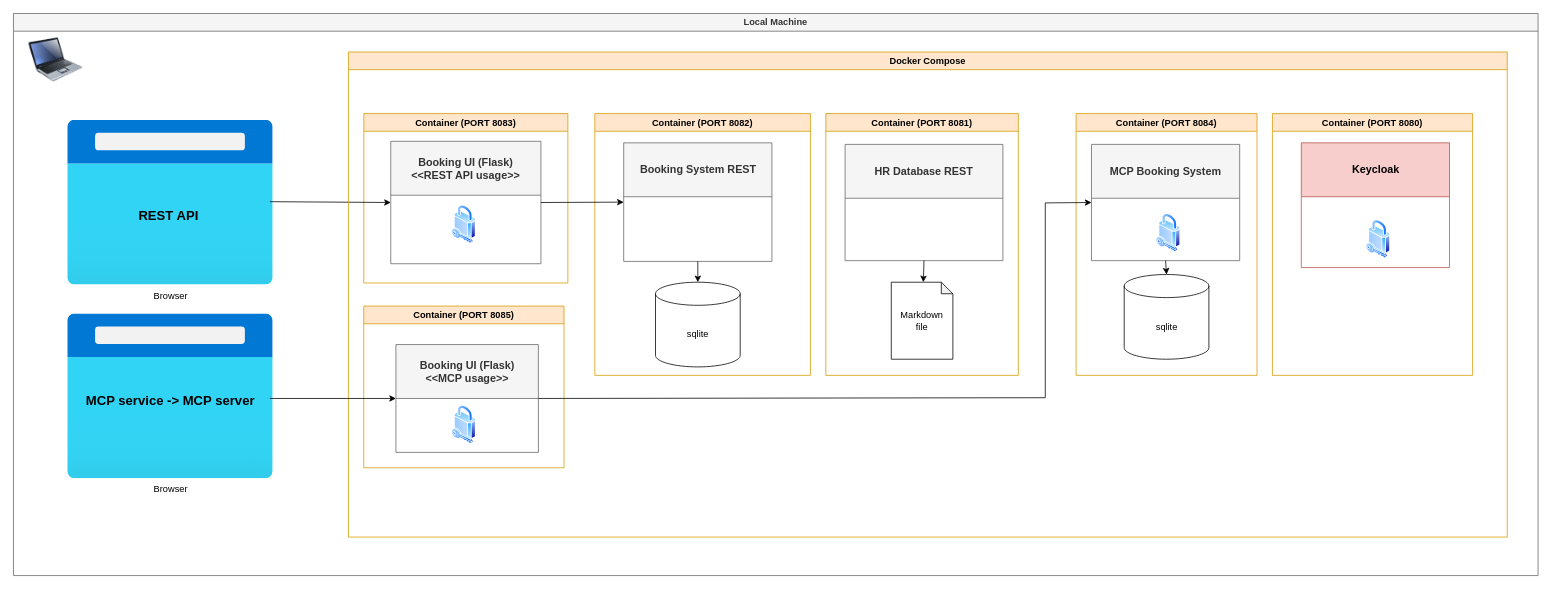
This is page "3-Booking-Applications-Docker-Compose" (3 of 5) of architecture/galaxim-travel-infrastructure.drawio from thomassuedbroecker/galaxium-travels-infrastructure-tsuedbro, a draw.io file, before an edit. Source tidied: cells renumbered, new cells numbered last; positions are measured from the earlier drawing's top-left corner, leaving out a move shared by most shapes. Both pictures are drawn from the tidied source at 77%, with x=0, y=0 at pixel (13, 13).
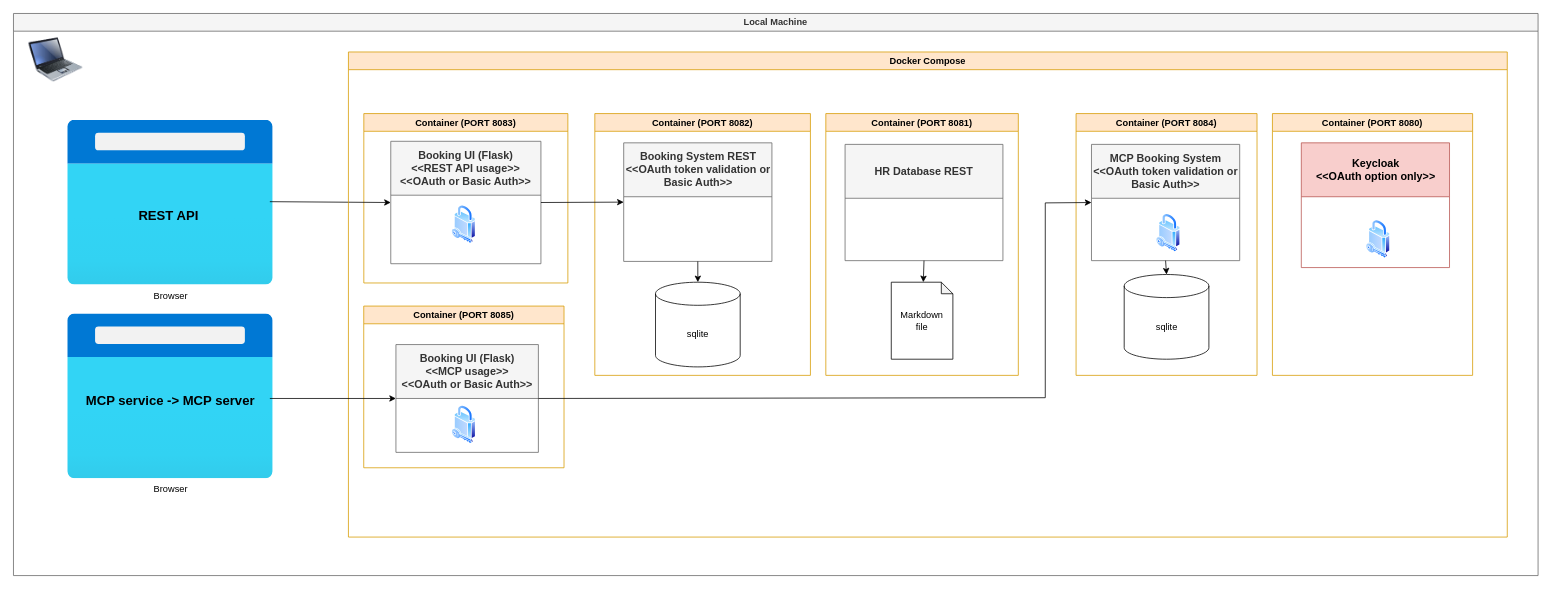
The same page after the edit.

Unchanged cells that the change refers to:
```xml
<mxCell id="2" value="Local Machine" style="swimlane;whiteSpace=wrap;html=1;fillColor=#f5f5f5;strokeColor=#666666;fontColor=#333333;" parent="1" vertex="1">
  <mxGeometry width="1980" height="730" as="geometry" />
</mxCell>
<mxCell id="6" value="Docker Compose" style="swimlane;whiteSpace=wrap;html=1;fillColor=#ffe6cc;strokeColor=#d79b00;" parent="2" vertex="1">
  <mxGeometry x="435" y="50" width="1505" height="630" as="geometry" />
</mxCell>
<mxCell id="8" value="Container (PORT 8080)" style="swimlane;whiteSpace=wrap;html=1;fillColor=#ffe6cc;strokeColor=#d79b00;" parent="6" vertex="1">
  <mxGeometry x="1200" y="80" width="260" height="340" as="geometry" />
</mxCell>
<mxCell id="11" value="Container (PORT 8085)" style="swimlane;whiteSpace=wrap;html=1;fillColor=#ffe6cc;strokeColor=#d79b00;" parent="6" vertex="1">
  <mxGeometry x="19.9" y="330" width="260.1" height="210" as="geometry" />
</mxCell>
<mxCell id="16" value="Container (PORT 8082)" style="swimlane;whiteSpace=wrap;html=1;fillColor=#ffe6cc;strokeColor=#d79b00;" parent="6" vertex="1">
  <mxGeometry x="320" y="80" width="280" height="340" as="geometry" />
</mxCell>
```

Diff of the diagram source:
```diff
@@
-    <mxCell id="9" value="&lt;font style=&quot;font-size: 14px;&quot;&gt;Keycloak&lt;/font&gt;" style="swimlane;whiteSpace=wrap;html=1;fillColor=#f8cecc;strokeColor=#b85450;startSize=70;" parent="8" vertex="1">
+    <mxCell id="9" value="&lt;font style=&quot;font-size: 14px;&quot;&gt;Keycloak&lt;br&gt;&amp;lt;&amp;lt;OAuth option only&amp;gt;&amp;gt;&lt;/font&gt;" style="swimlane;whiteSpace=wrap;html=1;fillColor=#f8cecc;strokeColor=#b85450;startSize=70;" parent="8" vertex="1">
       <mxGeometry x="37.5" y="38" width="192.5" height="162" as="geometry" />
     </mxCell>
@@
-    <mxCell id="12" value="&lt;font style=&quot;font-size: 14px;&quot;&gt;Booking UI (Flask)&lt;br&gt;&amp;lt;&amp;lt;MCP usage&amp;gt;&amp;gt;&lt;/font&gt;" style="swimlane;whiteSpace=wrap;html=1;fillColor=#f5f5f5;fontColor=#333333;strokeColor=#666666;startSize=70;" parent="11" vertex="1">
+    <mxCell id="12" value="&lt;font style=&quot;font-size: 14px;&quot;&gt;Booking UI (Flask)&lt;br&gt;&amp;lt;&amp;lt;MCP usage&amp;gt;&amp;gt;&lt;br&gt;&amp;lt;&amp;lt;OAuth or Basic Auth&amp;gt;&amp;gt;&lt;/font&gt;" style="swimlane;whiteSpace=wrap;html=1;fillColor=#f5f5f5;fontColor=#333333;strokeColor=#666666;startSize=70;" parent="11" vertex="1">
       <mxGeometry x="41.8" y="50" width="185" height="140" as="geometry" />
     </mxCell>
@@
-    <mxCell id="14" value="&lt;font style=&quot;font-size: 14px;&quot;&gt;Booking UI (Flask)&lt;br&gt;&amp;lt;&amp;lt;REST API usage&amp;gt;&amp;gt;&lt;/font&gt;" style="swimlane;whiteSpace=wrap;html=1;fillColor=#f5f5f5;fontColor=#333333;strokeColor=#666666;startSize=70;" parent="6" vertex="1">
+    <mxCell id="14" value="&lt;font style=&quot;font-size: 14px;&quot;&gt;Booking UI (Flask)&lt;br&gt;&amp;lt;&amp;lt;REST API usage&amp;gt;&amp;gt;&lt;br&gt;&amp;lt;&amp;lt;OAuth or Basic Auth&amp;gt;&amp;gt;&lt;/font&gt;" style="swimlane;whiteSpace=wrap;html=1;fillColor=#f5f5f5;fontColor=#333333;strokeColor=#666666;startSize=70;" parent="6" vertex="1">
       <mxGeometry x="55" y="116" width="195" height="159" as="geometry" />
     </mxCell>
@@
-    <mxCell id="17" value="&lt;font style=&quot;font-size: 14px;&quot;&gt;Booking System REST&lt;/font&gt;" style="swimlane;whiteSpace=wrap;html=1;fillColor=#f5f5f5;fontColor=#333333;strokeColor=#666666;startSize=70;" parent="16" vertex="1">
+    <mxCell id="17" value="&lt;font style=&quot;font-size: 14px;&quot;&gt;Booking System REST&lt;br&gt;&amp;lt;&amp;lt;OAuth token validation or Basic Auth&amp;gt;&amp;gt;&lt;/font&gt;" style="swimlane;whiteSpace=wrap;html=1;fillColor=#f5f5f5;fontColor=#333333;strokeColor=#666666;startSize=70;" parent="16" vertex="1">
       <mxGeometry x="37.5" y="38" width="192.5" height="154" as="geometry" />
     </mxCell>
@@
-    <mxCell id="28" value="&lt;font style=&quot;font-size: 14px;&quot;&gt;MCP Booking System&lt;/font&gt;" style="swimlane;whiteSpace=wrap;html=1;fillColor=#f5f5f5;fontColor=#333333;strokeColor=#666666;startSize=70;" parent="2" vertex="1">
+    <mxCell id="28" value="&lt;font style=&quot;font-size: 14px;&quot;&gt;MCP Booking System&lt;br&gt;&amp;lt;&amp;lt;OAuth token validation or Basic Auth&amp;gt;&amp;gt;&lt;/font&gt;" style="swimlane;whiteSpace=wrap;html=1;fillColor=#f5f5f5;fontColor=#333333;strokeColor=#666666;startSize=70;" parent="2" vertex="1">
       <mxGeometry x="1400" y="170" width="192.5" height="151" as="geometry" />
     </mxCell>
```
